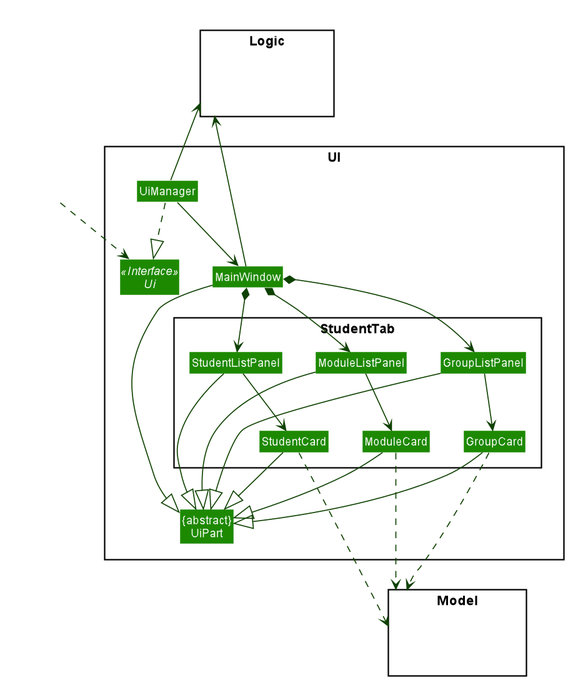
aakanksha-rai/main keeps this PlantUML diagram as images/StudentTabClassDiagram.png. Above is the earlier version.
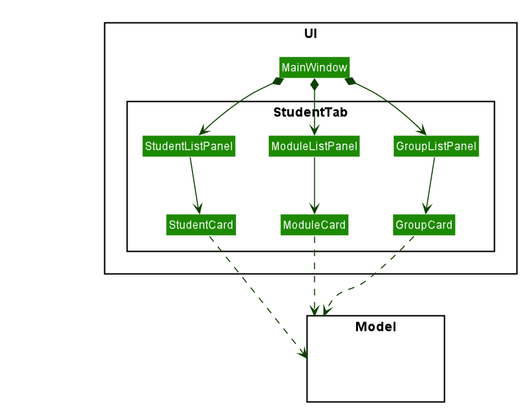
Later version of the same file.

Change to the diagram source:
```diff
@@ -52,9 +52,6 @@
 skinparam classBackgroundColor #1D8900
 
 package UI <<Rectangle>>{
-Interface Ui <<Interface>>
-Class "{abstract}\nUiPart" as UiPart
-Class UiManager
 Class MainWindow
 package StudentTab{
 Class StudentListPanel
@@ -70,15 +67,9 @@
 Class HiddenModel #FFFFFF
 }
 
-package Logic <<Rectangle>> {
-Class HiddenLogic #FFFFFF
-}
+Class HiddenOutside #FFFFFF
 
-Class HiddenOutside #FFFFFF
-HiddenOutside ..> Ui
 
-UiManager ..|> Ui
-UiManager --> MainWindow
 MainWindow *--> StudentListPanel
 MainWindow *--> ModuleListPanel
 MainWindow *--> GroupListPanel
@@ -87,20 +78,8 @@
 ModuleListPanel --> ModuleCard
 GroupListPanel --> GroupCard
 
-MainWindow -down-|> UiPart
-
-StudentListPanel -down-|> UiPart
-StudentCard -down-|> UiPart
-ModuleListPanel -down-|> UiPart
-ModuleCard -down-|> UiPart
-GroupListPanel -down-|> UiPart
-GroupCard -down-|> UiPart
-
 StudentCard .down.> Model
 ModuleCard .down.> Model
 GroupCard .down..> Model
-UiManager -up-> Logic
-MainWindow -up-> Logic
 
-MainWindow -[hidden]-|> UiPart
 @enduml
```
